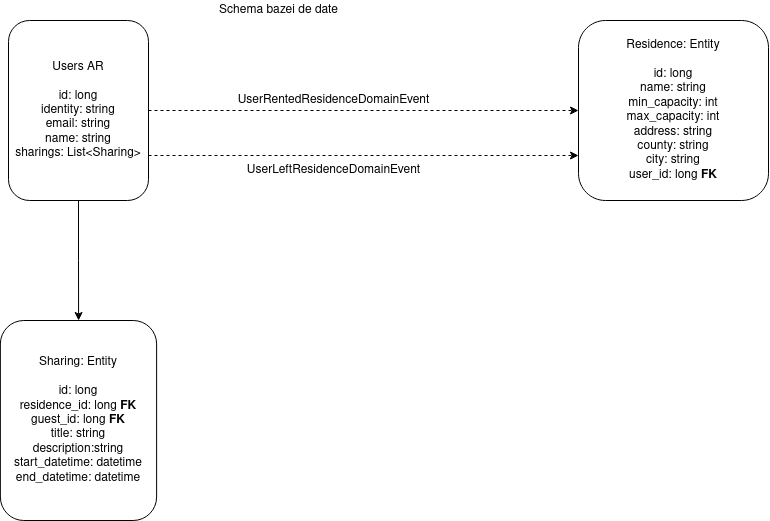
Before: db-schema.png, a diagram exported from draw.io (PW-IDP/pw-backend). Source tidied: cells renumbered, new cells last; positions are measured from the earlier drawing's top-left corner, leaving out a move shared by most shapes.
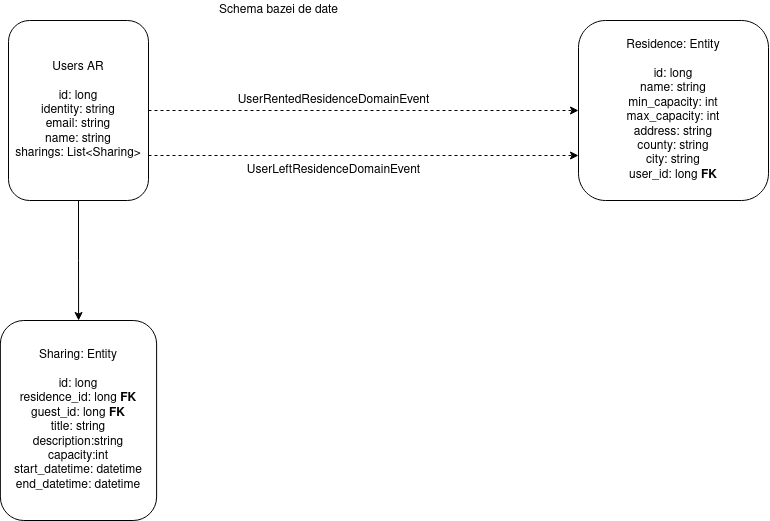
The same file after the commit.

The edit, as a diff of the source:
```diff
@@ -17,7 +17,7 @@
     <mxCell id="6" value="&lt;div&gt;Residence: Entity&lt;/div&gt;&lt;div&gt;&lt;br&gt;&lt;/div&gt;id: long&lt;br&gt;name: string&lt;br&gt;min_capacity: int&lt;br&gt;max_capacity: int&lt;br&gt;address: string&lt;br&gt;county: string&lt;br&gt;city: string&lt;br&gt;user_id: long &lt;b&gt;FK&lt;/b&gt;" style="rounded=1;whiteSpace=wrap;html=1;" parent="1" vertex="1">
       <mxGeometry x="578" y="20" width="190" height="180" as="geometry" />
     </mxCell>
-    <mxCell id="7" value="&lt;div&gt;Sharing: Entity&lt;/div&gt;&lt;div&gt;&lt;br&gt;&lt;/div&gt;id: long&lt;br&gt;residence_id: long &lt;b&gt;FK&lt;/b&gt;&lt;br&gt;guest_id: long &lt;b&gt;FK&lt;/b&gt;&lt;br&gt;title: string&lt;br&gt;description:string&lt;br&gt;start_datetime: datetime&lt;br&gt;end_datetime: datetime" style="rounded=1;whiteSpace=wrap;html=1;" parent="1" vertex="1">
+    <mxCell id="7" value="&lt;div&gt;Sharing: Entity&lt;/div&gt;&lt;div&gt;&lt;br&gt;&lt;/div&gt;id: long&lt;br&gt;residence_id: long &lt;b&gt;FK&lt;/b&gt;&lt;br&gt;guest_id: long &lt;b&gt;FK&lt;/b&gt;&lt;br&gt;title: string&lt;br&gt;&lt;div&gt;description:string&lt;/div&gt;&lt;div&gt;capacity:int&lt;br&gt;&lt;/div&gt;start_datetime: datetime&lt;br&gt;end_datetime: datetime" style="rounded=1;whiteSpace=wrap;html=1;" parent="1" vertex="1">
       <mxGeometry x="-0.1" y="320" width="156.2" height="200" as="geometry" />
     </mxCell>
     <mxCell id="8" value="UserRentedResidenceDomainEvent" style="text;html=1;align=center;verticalAlign=middle;strokeColor=none;fillColor=none;" parent="1" vertex="1">
```
